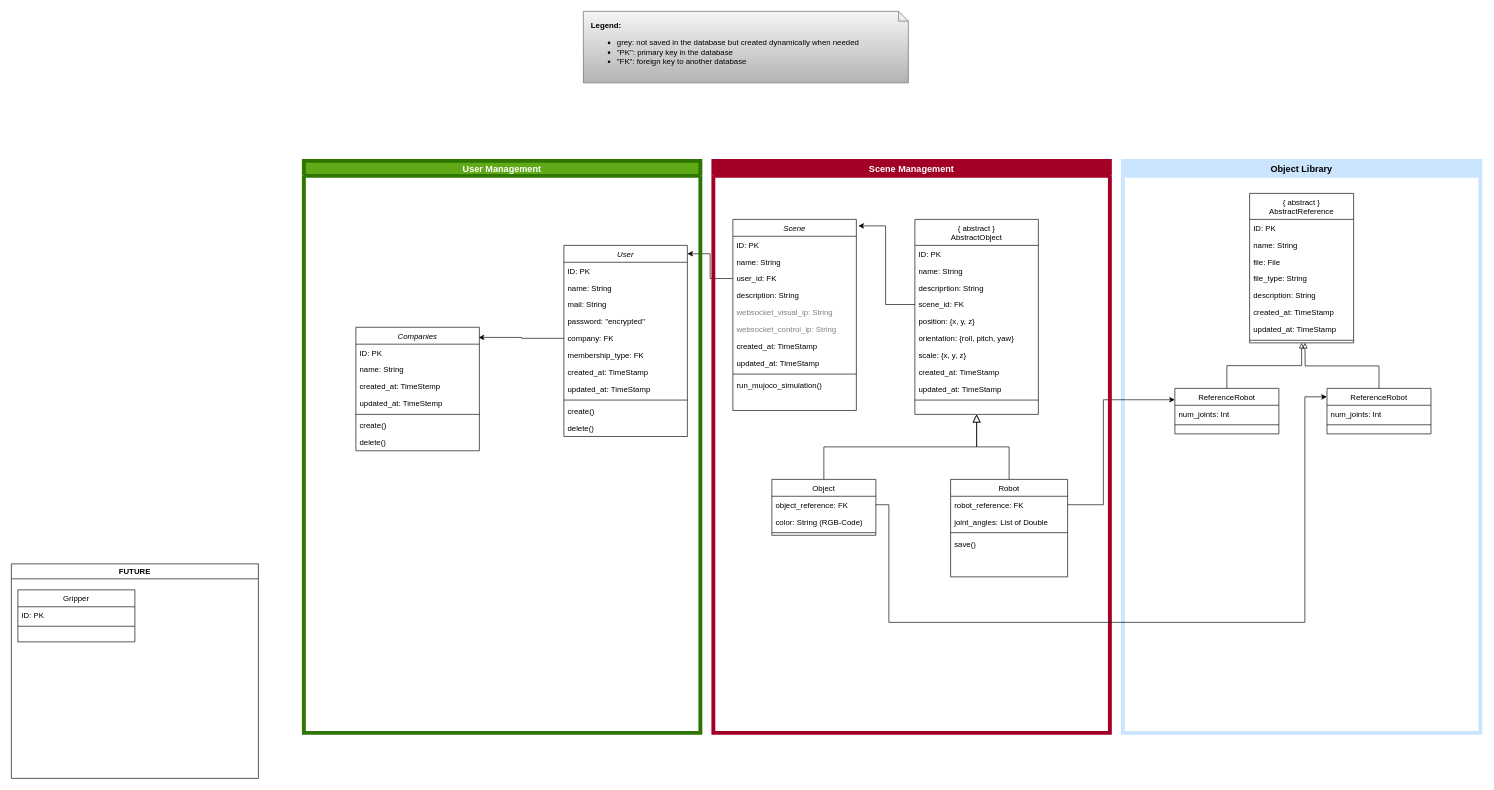
openroboticmetaverse/orom_backend keeps this draw.io diagram as Class_Diagram.drawio. Above is the earlier version. Source tidied: cells renumbered, new cells numbered last; positions are measured from the earlier drawing's top-left corner, leaving out a move shared by most shapes. Both pictures are drawn from the tidied source at 65%, with x=0, y=0 at pixel (11, 11).
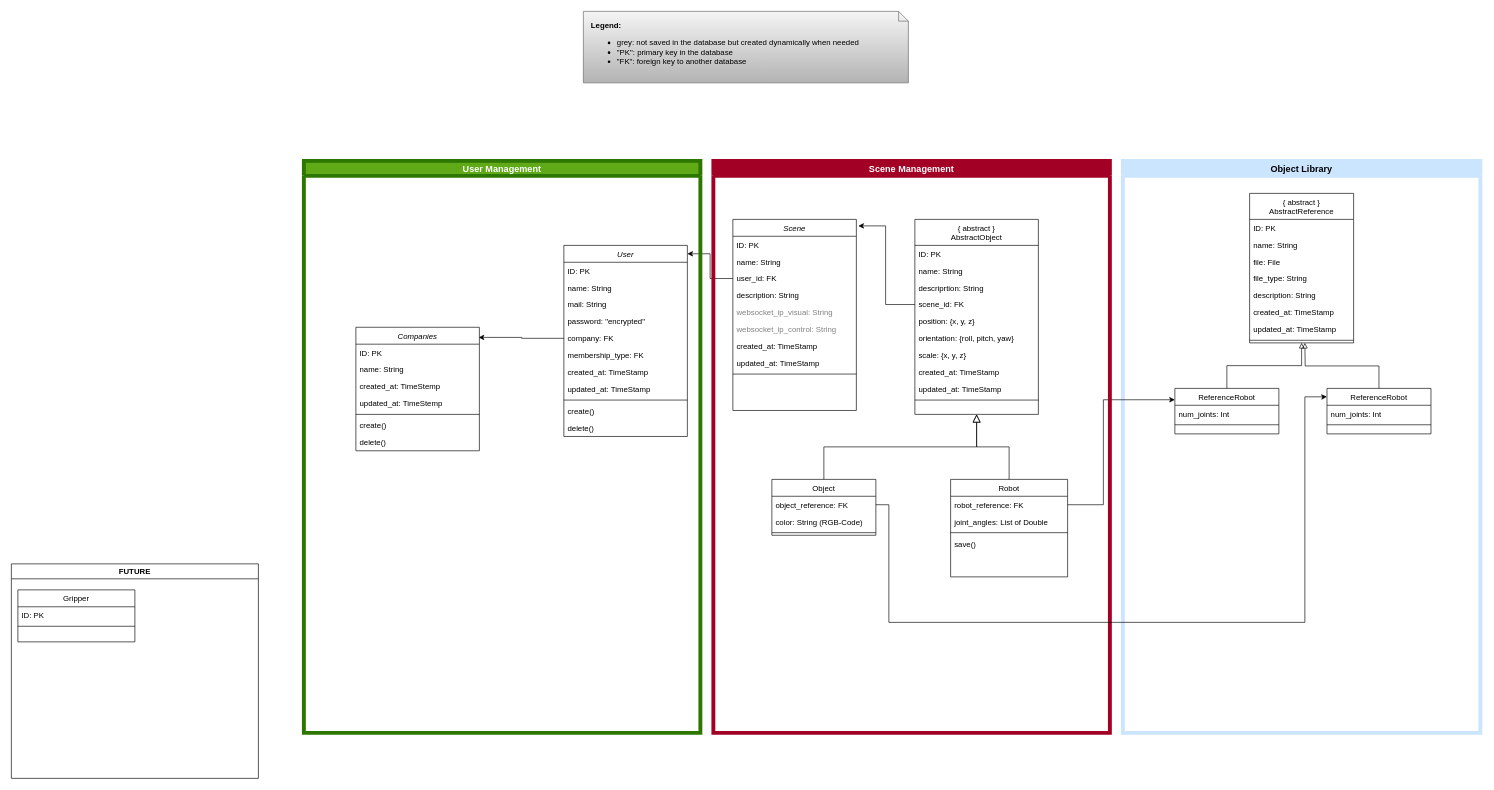
The same page after the edit.

The change refers to these unchanged cells:
```xml
<mxCell id="51" value="Scene" style="swimlane;fontStyle=2;align=center;verticalAlign=top;horizontal=1;startSize=26;rounded=0;shadow=0;strokeWidth=1;" parent="50" vertex="1">
  <mxGeometry x="30" y="90" width="190" height="294" as="geometry" />
</mxCell>
```

What changed in the source:
```diff
@@
-    <mxCell id="56" value="websocket_visual_ip: String" style="text;align=left;verticalAlign=top;spacingLeft=4;spacingRight=4;overflow=hidden;rounded=0;shadow=0;html=0;fontColor=#808080;" parent="51" vertex="1">
+    <mxCell id="56" value="websocket_ip_visual: String" style="text;align=left;verticalAlign=top;spacingLeft=4;spacingRight=4;overflow=hidden;rounded=0;shadow=0;html=0;fontColor=#808080;" parent="51" vertex="1">
       <mxGeometry y="130" width="190" height="26" as="geometry" />
     </mxCell>
-    <mxCell id="57" value="websocket_control_ip: String" style="text;align=left;verticalAlign=top;spacingLeft=4;spacingRight=4;overflow=hidden;rounded=0;shadow=0;html=0;fontColor=#808080;" parent="51" vertex="1">
+    <mxCell id="57" value="websocket_ip_control: String" style="text;align=left;verticalAlign=top;spacingLeft=4;spacingRight=4;overflow=hidden;rounded=0;shadow=0;html=0;fontColor=#808080;" parent="51" vertex="1">
       <mxGeometry y="156" width="190" height="26" as="geometry" />
     </mxCell>
@@
-    <mxCell id="61" value="run_mujoco_simulation()" style="text;align=left;verticalAlign=top;spacingLeft=4;spacingRight=4;overflow=hidden;rounded=0;shadow=0;html=0;" parent="51" vertex="1">
-      <mxGeometry y="242" width="190" height="26" as="geometry" />
-    </mxCell>
```
